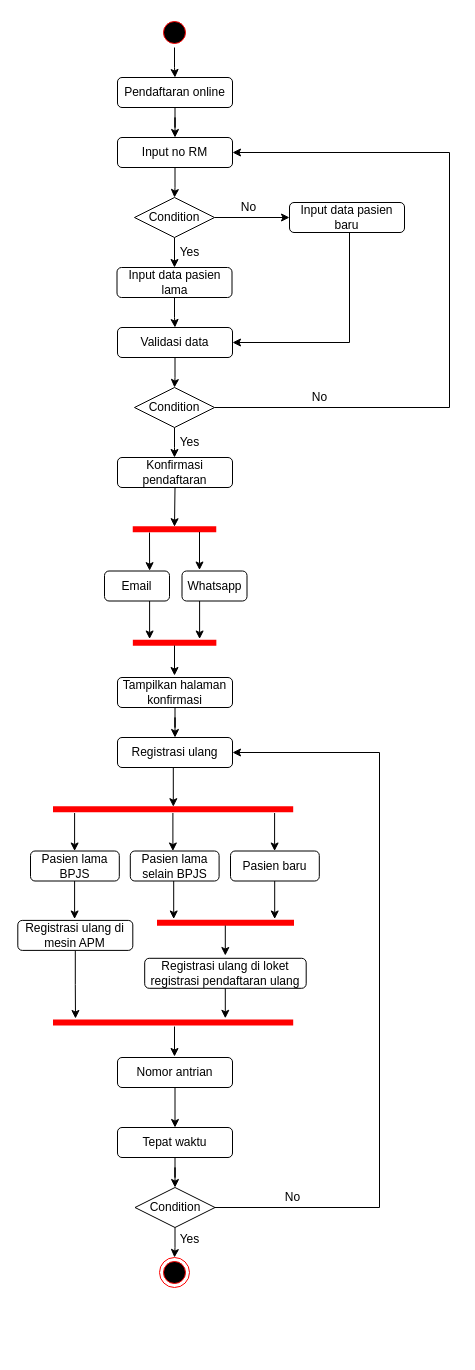
Above: page "(2)activity diagram" (6 of 6) of Final Task KlinikGo.drawio.xml in evelynwijayaa/KlinikGo-Rakamin (draw.io), before the change. Source tidied: cells renumbered, new cells numbered last; positions are measured from the earlier drawing's top-left corner, leaving out a move shared by most shapes. Both pictures are drawn from the tidied source at 100%, with x=0, y=0 at pixel (17, 17).
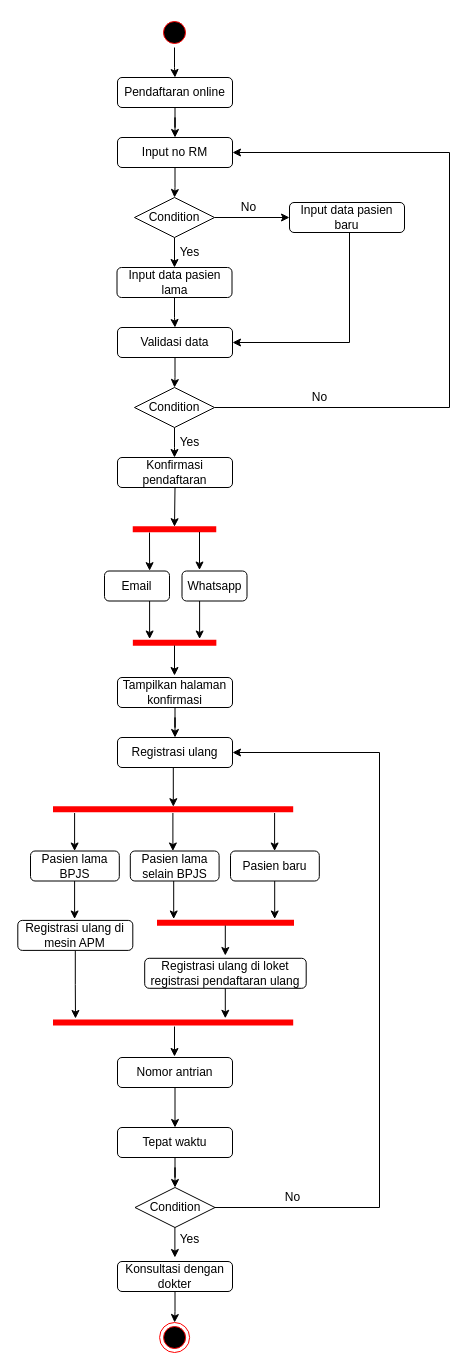
The same page after the edit.

The change refers to these unchanged cells:
```xml
<mxCell id="63" value="Condition" style="rhombus;whiteSpace=wrap;html=1;" parent="1" vertex="1">
  <mxGeometry x="117.5" y="1170" width="80" height="40" as="geometry" />
</mxCell>
```

Diff of the diagram source:
```diff
@@
-    <mxCell id="61" style="edgeStyle=orthogonalEdgeStyle;rounded=0;jettySize=auto;html=1;" parent="1" edge="1" source="63" target="64">
-      <mxGeometry relative="1" as="geometry" />
-    </mxCell>
@@
     <mxCell id="64" style="ellipse;shape=endState;fillColor=#000000;strokeColor=#ff0000;" parent="1" vertex="1">
-      <mxGeometry x="142" y="1240" width="30" height="30" as="geometry" />
+      <mxGeometry x="142.1" y="1305" width="30" height="30" as="geometry" />
     </mxCell>
@@
+    <mxCell id="67" style="edgeStyle=orthogonalEdgeStyle;rounded=0;jettySize=auto;html=1;" parent="1" edge="1" source="68" target="64">
+      <mxGeometry relative="1" as="geometry" />
+    </mxCell>
+    <mxCell id="68" value="Konsultasi dengan dokter" style="rounded=1;whiteSpace=wrap;html=1;" parent="1" vertex="1">
+      <mxGeometry x="100" y="1244" width="115" height="30" as="geometry" />
+    </mxCell>
+    <mxCell id="69" style="edgeStyle=orthogonalEdgeStyle;rounded=0;orthogonalLoop=1;jettySize=auto;html=1;" parent="1" edge="1">
+      <mxGeometry relative="1" as="geometry">
+        <mxPoint x="157.4" y="1210" as="sourcePoint" />
+        <mxPoint x="157.4" y="1240" as="targetPoint" />
+      </mxGeometry>
+    </mxCell>
```
